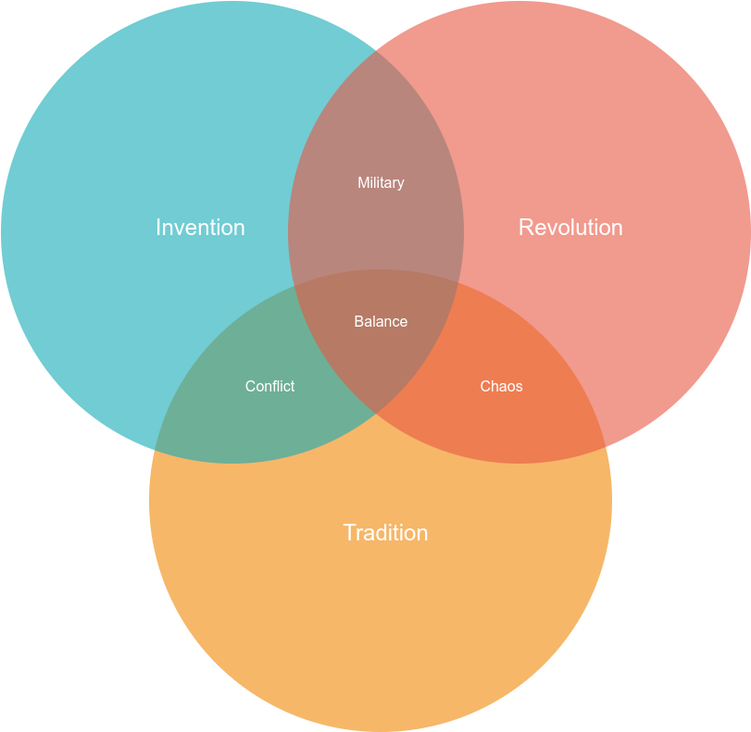
Above: diagrams/ai_vs_ml_vs_nn_vs_dl_vs_ds_vs_big_data.drawio.png in ryndovaira-org/data_science_lectures (draw.io), before the change. Source tidied: cells renumbered, new cells last; positions are measured from the earlier drawing's top-left corner, leaving out a move shared by most shapes. Source of this version:
```xml
<mxGraphModel>
  <root>
    <mxCell id="0" />
    <mxCell id="1" parent="0" />
    <mxCell id="2" style="ellipse;fillColor=#F08705;opacity=60;strokeColor=none;html=1;fontColor=#FFFFFF;" parent="1" vertex="1">
      <mxGeometry x="159.5" y="290.5" width="500" height="500" as="geometry" />
    </mxCell>
    <mxCell id="3" style="ellipse;fillColor=#12AAB5;opacity=60;strokeColor=none;html=1;fontColor=#FFFFFF;" parent="1" vertex="1">
      <mxGeometry x="-0.5" y="0.5" width="500" height="500" as="geometry" />
    </mxCell>
    <mxCell id="4" style="ellipse;fillColor=#e85642;opacity=60;strokeColor=none;html=1;fontColor=#FFFFFF;" parent="1" vertex="1">
      <mxGeometry x="309.5" y="0.5" width="500" height="500" as="geometry" />
    </mxCell>
    <mxCell id="5" value="Invention" style="text;fontSize=24;align=center;verticalAlign=middle;html=1;fontColor=#FFFFFF;" parent="1" vertex="1">
      <mxGeometry x="119.5" y="210.5" width="190" height="70" as="geometry" />
    </mxCell>
    <mxCell id="6" value="Revolution" style="text;fontSize=24;align=center;verticalAlign=middle;html=1;fontColor=#FFFFFF;" parent="1" vertex="1">
      <mxGeometry x="519.5" y="210.5" width="190" height="70" as="geometry" />
    </mxCell>
    <mxCell id="7" value="Tradition" style="text;fontSize=24;align=center;verticalAlign=middle;html=1;fontColor=#FFFFFF;" parent="1" vertex="1">
      <mxGeometry x="319.5" y="540.5" width="190" height="70" as="geometry" />
    </mxCell>
    <mxCell id="8" value="Military" style="text;align=center;html=1;fontColor=#FFFFFF;fontSize=16;" parent="1" vertex="1">
      <mxGeometry x="389.5" y="180.5" width="40" height="40" as="geometry" />
    </mxCell>
    <mxCell id="9" value="Conflict" style="text;align=center;html=1;fontColor=#FFFFFF;fontSize=16;" parent="1" vertex="1">
      <mxGeometry x="269.5" y="400.5" width="40" height="40" as="geometry" />
    </mxCell>
    <mxCell id="10" value="Chaos" style="text;align=center;html=1;fontColor=#FFFFFF;fontSize=16;" parent="1" vertex="1">
      <mxGeometry x="519.5" y="400.5" width="40" height="40" as="geometry" />
    </mxCell>
    <mxCell id="11" value="Balance" style="text;align=center;html=1;fontColor=#FFFFFF;fontSize=16;" parent="1" vertex="1">
      <mxGeometry x="389.5" y="330.5" width="40" height="40" as="geometry" />
    </mxCell>
  </root>
</mxGraphModel>
```
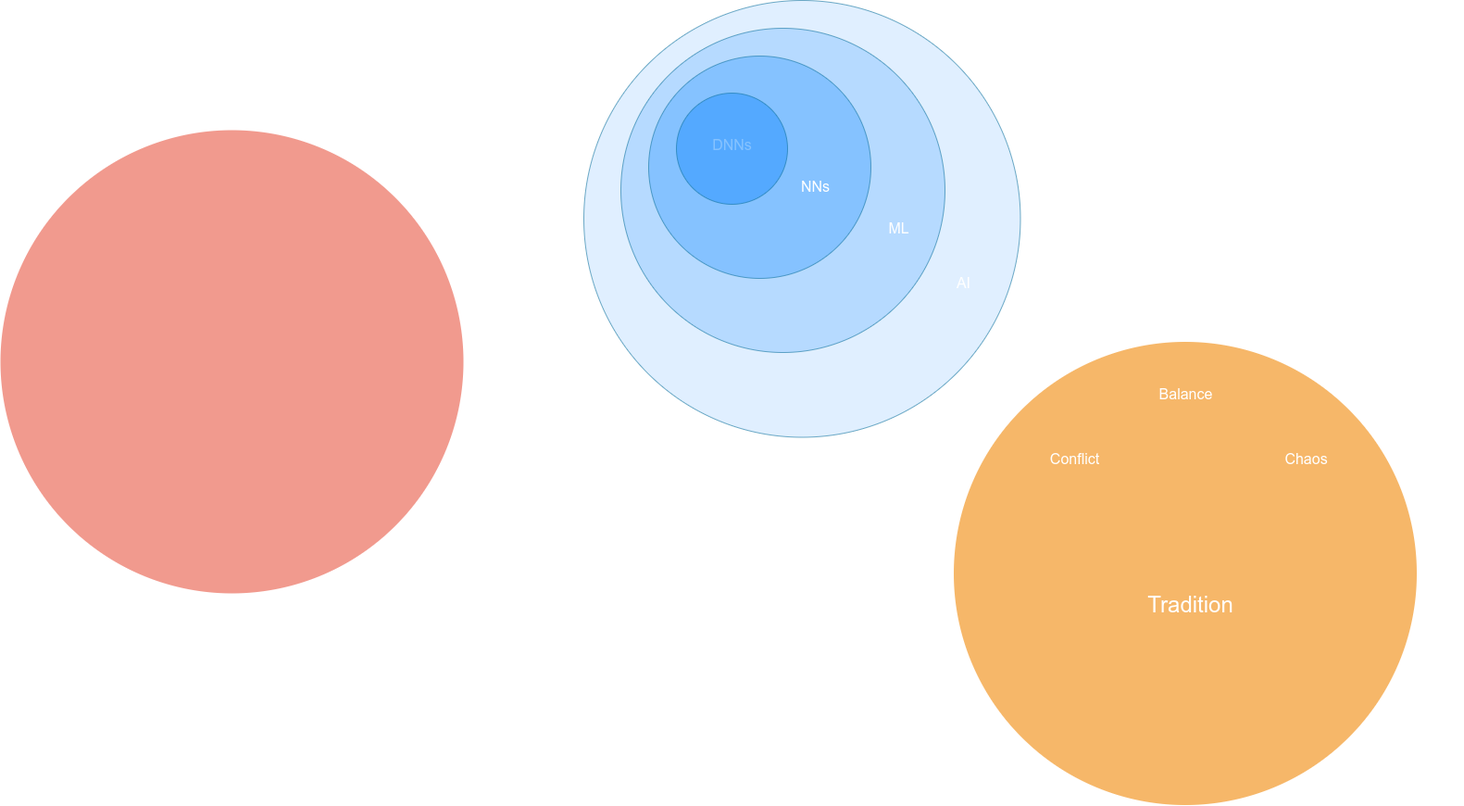
After the change.

What changed in the source:
```diff
@@ -2,18 +2,21 @@
   <root>
     <mxCell id="0" />
     <mxCell id="1" parent="0" />
+    <mxCell id="12" style="ellipse;fillColor=#CCE5FF;opacity=60;strokeColor=#10739e;html=1;" parent="1" vertex="1">
+      <mxGeometry x="-240" y="-78" width="471.5" height="471.5" as="geometry" />
+    </mxCell>
+    <mxCell id="13" style="ellipse;fillColor=#99CCFF;opacity=60;strokeColor=#10739e;html=1;" parent="1" vertex="1">
+      <mxGeometry x="-200" y="-48" width="350" height="350" as="geometry" />
+    </mxCell>
+    <mxCell id="14" style="ellipse;fillColor=#66B2FF;opacity=60;strokeColor=#10739e;html=1;" parent="1" vertex="1">
+      <mxGeometry x="-170" y="-18" width="240" height="240" as="geometry" />
+    </mxCell>
     <mxCell id="2" style="ellipse;fillColor=#F08705;opacity=60;strokeColor=none;html=1;fontColor=#FFFFFF;" parent="1" vertex="1">
       <mxGeometry x="159.5" y="290.5" width="500" height="500" as="geometry" />
     </mxCell>
-    <mxCell id="3" style="ellipse;fillColor=#12AAB5;opacity=60;strokeColor=none;html=1;fontColor=#FFFFFF;" parent="1" vertex="1">
-      <mxGeometry x="-0.5" y="0.5" width="500" height="500" as="geometry" />
-    </mxCell>
     <mxCell id="4" style="ellipse;fillColor=#e85642;opacity=60;strokeColor=none;html=1;fontColor=#FFFFFF;" parent="1" vertex="1">
-      <mxGeometry x="309.5" y="0.5" width="500" height="500" as="geometry" />
+      <mxGeometry x="-870" y="62" width="500" height="500" as="geometry" />
     </mxCell>
-    <mxCell id="5" value="Invention" style="text;fontSize=24;align=center;verticalAlign=middle;html=1;fontColor=#FFFFFF;" parent="1" vertex="1">
-      <mxGeometry x="119.5" y="210.5" width="190" height="70" as="geometry" />
-    </mxCell>
     <mxCell id="6" value="Revolution" style="text;fontSize=24;align=center;verticalAlign=middle;html=1;fontColor=#FFFFFF;" parent="1" vertex="1">
       <mxGeometry x="519.5" y="210.5" width="190" height="70" as="geometry" />
     </mxCell>
@@ -32,5 +35,20 @@
     <mxCell id="11" value="Balance" style="text;align=center;html=1;fontColor=#FFFFFF;fontSize=16;" parent="1" vertex="1">
       <mxGeometry x="389.5" y="330.5" width="40" height="40" as="geometry" />
     </mxCell>
+    <mxCell id="15" value="DNNs" style="text;align=center;html=1;fontColor=#FFFFFF;fontSize=16;" parent="1" vertex="1">
+      <mxGeometry x="-100" y="62" width="40" height="40" as="geometry" />
+    </mxCell>
+    <mxCell id="16" value="NNs" style="text;align=center;html=1;fontColor=#FFFFFF;fontSize=16;" parent="1" vertex="1">
+      <mxGeometry x="-10" y="107" width="40" height="40" as="geometry" />
+    </mxCell>
+    <mxCell id="3" style="ellipse;fillColor=#3399FF;opacity=60;strokeColor=#10739e;html=1;" parent="1" vertex="1">
+      <mxGeometry x="-140" y="22" width="120" height="120" as="geometry" />
+    </mxCell>
+    <mxCell id="17" value="ML" style="text;align=center;html=1;fontColor=#FFFFFF;fontSize=16;" parent="1" vertex="1">
+      <mxGeometry x="80" y="152" width="40" height="40" as="geometry" />
+    </mxCell>
+    <mxCell id="18" value="AI" style="text;align=center;html=1;fontColor=#FFFFFF;fontSize=16;" parent="1" vertex="1">
+      <mxGeometry x="150" y="210.5" width="40" height="40" as="geometry" />
+    </mxCell>
   </root>
 </mxGraphModel>
```
